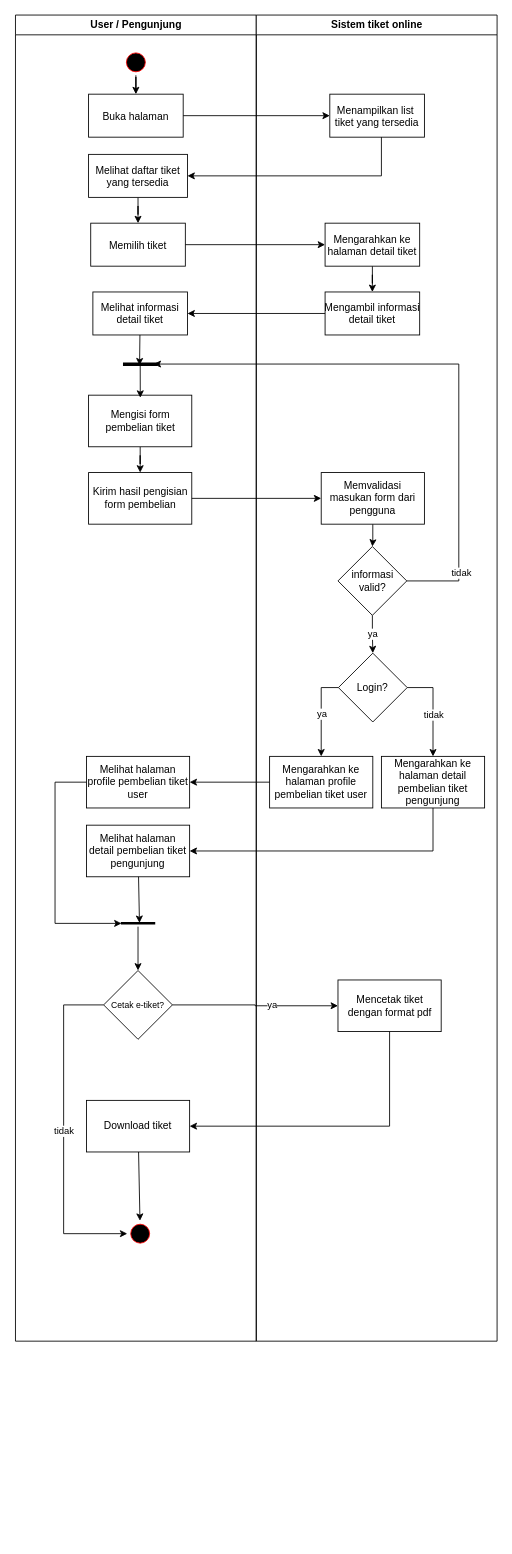
zhekabaila/praktikum-rpl keeps this draw.io diagram as Untitled Diagram.drawio. Above is the earlier version. Source tidied: cells renumbered, new cells numbered last; positions are measured from the earlier drawing's top-left corner, leaving out a move shared by most shapes. Both pictures are drawn from the tidied source at 86%, with x=0, y=0 at pixel (15, 15).
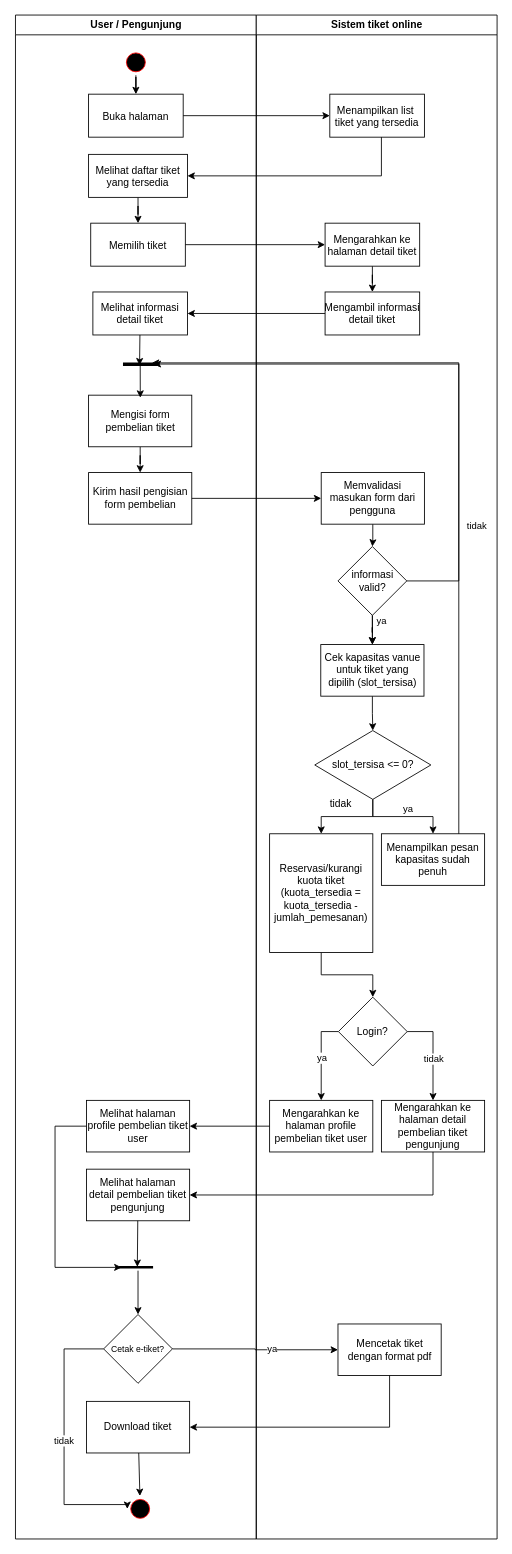
After the change.

The change refers to these unchanged cells:
```xml
<mxCell id="13" style="line;strokeWidth=4;fillColor=none;align=left;verticalAlign=middle;spacingTop=-1;spacingLeft=3;spacingRight=3;labelPosition=right;points=[];portConstraint=eastwest;strokeColor=inherit;" parent="2" vertex="1">
  <mxGeometry x="125" y="402" width="40" height="8" as="geometry" />
</mxCell>
<mxCell id="36" value="informasi valid?" style="rhombus;whiteSpace=wrap;html=1;" parent="27" vertex="1">
  <mxGeometry x="95" y="618" width="80" height="80" as="geometry" />
</mxCell>
<mxCell id="50" style="edgeStyle=orthogonalEdgeStyle;rounded=0;jettySize=auto;html=1;entryX=0.892;entryY=0.477;entryDx=0;entryDy=0;entryPerimeter=0;" parent="1" edge="1" source="36" target="13">
  <mxGeometry relative="1" as="geometry">
    <Array as="points">
      <mxPoint x="516" y="658" />
      <mxPoint x="516" y="406" />
    </Array>
  </mxGeometry>
</mxCell>
```

The edit, as a diff of the source:
```diff
@@
     <mxCell id="2" value="User / Pengunjung" style="swimlane;whiteSpace=wrap;" parent="1" vertex="1">
-      <mxGeometry x="0.5" width="280" height="1542" as="geometry" />
+      <mxGeometry x="0.5" width="280" height="1772" as="geometry" />
     </mxCell>
@@
-    <mxCell id="16" value="Melihat halaman profile pembelian tiket user" style="whiteSpace=wrap;html=1;" parent="2" vertex="1">
-      <mxGeometry x="82.5" y="862" width="120" height="60" as="geometry" />
-    </mxCell>
-    <mxCell id="17" value="Melihat halaman detail pembelian tiket pengunjung" style="whiteSpace=wrap;html=1;" parent="2" vertex="1">
-      <mxGeometry x="82.5" y="942" width="120" height="60" as="geometry" />
-    </mxCell>
-    <mxCell id="18" style="rounded=0;jettySize=auto;html=1;entryX=0.5;entryY=0;entryDx=0;entryDy=0;" parent="2" edge="1" source="19" target="23">
-      <mxGeometry relative="1" as="geometry" />
-    </mxCell>
-    <mxCell id="19" style="line;strokeWidth=3;fillColor=none;align=left;verticalAlign=middle;spacingTop=-1;spacingLeft=3;spacingRight=3;labelPosition=right;points=[];portConstraint=eastwest;strokeColor=inherit;" parent="2" vertex="1">
-      <mxGeometry x="122.5" y="1052" width="40" height="8" as="geometry" />
-    </mxCell>
-    <mxCell id="20" style="edgeStyle=orthogonalEdgeStyle;rounded=0;jettySize=auto;html=1;entryX=0.02;entryY=0.526;entryDx=0;entryDy=0;entryPerimeter=0;" parent="2" edge="1" source="16" target="19">
-      <mxGeometry relative="1" as="geometry">
-        <Array as="points">
-          <mxPoint x="46" y="892" />
-          <mxPoint x="46" y="1056" />
-        </Array>
-      </mxGeometry>
-    </mxCell>
-    <mxCell id="21" style="rounded=0;jettySize=auto;html=1;entryX=0.542;entryY=0.451;entryDx=0;entryDy=0;entryPerimeter=0;" parent="2" edge="1" source="17" target="19">
-      <mxGeometry relative="1" as="geometry" />
-    </mxCell>
-    <mxCell id="22" value="tidak" style="edgeStyle=orthogonalEdgeStyle;rounded=0;jettySize=auto;html=1;entryX=0;entryY=0.5;entryDx=0;entryDy=0;" parent="2" edge="1" source="23" target="26">
-      <mxGeometry relative="1" as="geometry">
-        <Array as="points">
-          <mxPoint x="56" y="1151" />
-          <mxPoint x="56" y="1417" />
-        </Array>
-      </mxGeometry>
-    </mxCell>
-    <mxCell id="23" value="Cetak e-tiket?" style="rhombus;whiteSpace=wrap;html=1;fontSize=10;" parent="2" vertex="1">
-      <mxGeometry x="102.5" y="1111" width="80" height="80" as="geometry" />
-    </mxCell>
-    <mxCell id="24" style="rounded=0;jettySize=auto;html=1;strokeColor=default;strokeWidth=1;" parent="2" edge="1" source="25" target="26">
-      <mxGeometry relative="1" as="geometry" />
-    </mxCell>
     <mxCell id="25" value="Download tiket" style="whiteSpace=wrap;html=1;" parent="2" vertex="1">
-      <mxGeometry x="82.5" y="1262" width="120" height="60" as="geometry" />
+      <mxGeometry x="82.5" y="1612" width="120" height="60" as="geometry" />
     </mxCell>
     <mxCell id="26" style="ellipse;shape=startState;fillColor=#000000;strokeColor=#ff0000;" parent="2" vertex="1">
-      <mxGeometry x="130" y="1402" width="30" height="30" as="geometry" />
+      <mxGeometry x="130" y="1722" width="30" height="30" as="geometry" />
     </mxCell>
+    <mxCell id="24" style="rounded=0;jettySize=auto;html=1;strokeColor=default;strokeWidth=1;" parent="2" edge="1" source="25" target="26">
+      <mxGeometry relative="1" as="geometry" />
+    </mxCell>
     <mxCell id="27" value="Sistem tiket online" style="swimlane;whiteSpace=wrap;" parent="1" vertex="1">
-      <mxGeometry x="280.5" width="280" height="1542" as="geometry" />
+      <mxGeometry x="280.5" width="280" height="1772" as="geometry" />
     </mxCell>
@@
-    <mxCell id="34" style="edgeStyle=orthogonalEdgeStyle;rounded=0;jettySize=auto;html=1;" parent="27" edge="1" source="36" target="39">
-      <mxGeometry relative="1" as="geometry" />
-    </mxCell>
-    <mxCell id="35" value="&lt;div&gt;ya&lt;/div&gt;" style="edgeLabel;html=1;align=center;verticalAlign=middle;" parent="34" vertex="1">
-      <mxGeometry x="-0.03" y="1" relative="1" as="geometry" />
-    </mxCell>
+    <mxCell id="57" value="&lt;div&gt;ya&lt;/div&gt;&lt;div&gt;&lt;br&gt;&lt;/div&gt;" style="edgeStyle=orthogonalEdgeStyle;rounded=0;jettySize=auto;html=1;" parent="27" edge="1" source="36" target="60">
+      <mxGeometry x="-0.39" y="11" relative="1" as="geometry">
+        <mxPoint x="-1" as="offset" />
+      </mxGeometry>
+    </mxCell>
+    <mxCell id="58" style="edgeStyle=orthogonalEdgeStyle;rounded=0;jettySize=auto;html=1;" parent="27" edge="1" source="36" target="60">
+      <mxGeometry relative="1" as="geometry" />
+    </mxCell>
@@
-    <mxCell id="39" value="Login?" style="rhombus;whiteSpace=wrap;html=1;" parent="27" vertex="1">
-      <mxGeometry x="95.5" y="742" width="80" height="80" as="geometry" />
-    </mxCell>
-    <mxCell id="40" value="Mengarahkan ke halaman profile pembelian tiket user" style="whiteSpace=wrap;html=1;" parent="27" vertex="1">
-      <mxGeometry x="15.5" y="862" width="120" height="60" as="geometry" />
-    </mxCell>
@@
+    <mxCell id="39" value="Login?" style="rhombus;whiteSpace=wrap;html=1;" parent="27" vertex="1">
+      <mxGeometry x="95.5" y="1142" width="80" height="80" as="geometry" />
+    </mxCell>
+    <mxCell id="16" value="Melihat halaman profile pembelian tiket user" style="whiteSpace=wrap;html=1;" parent="27" vertex="1">
+      <mxGeometry x="-197.5" y="1262" width="120" height="60" as="geometry" />
+    </mxCell>
+    <mxCell id="17" value="Melihat halaman detail pembelian tiket pengunjung" style="whiteSpace=wrap;html=1;" parent="27" vertex="1">
+      <mxGeometry x="-197.5" y="1342" width="120" height="60" as="geometry" />
+    </mxCell>
+    <mxCell id="40" value="Mengarahkan ke halaman profile pembelian tiket user" style="whiteSpace=wrap;html=1;" parent="27" vertex="1">
+      <mxGeometry x="15.5" y="1262" width="120" height="60" as="geometry" />
+    </mxCell>
     <mxCell id="43" value="Mengarahkan ke halaman detail pembelian tiket pengunjung" style="whiteSpace=wrap;html=1;" parent="27" vertex="1">
-      <mxGeometry x="145.5" y="862" width="120" height="60" as="geometry" />
+      <mxGeometry x="145.5" y="1262" width="120" height="60" as="geometry" />
     </mxCell>
     <mxCell id="44" value="Mencetak tiket dengan format pdf" style="whiteSpace=wrap;html=1;" parent="27" vertex="1">
-      <mxGeometry x="95" y="1122" width="120" height="60" as="geometry" />
+      <mxGeometry x="95" y="1522" width="120" height="60" as="geometry" />
     </mxCell>
+    <mxCell id="23" value="Cetak e-tiket?" style="rhombus;whiteSpace=wrap;html=1;fontSize=10;" parent="27" vertex="1">
+      <mxGeometry x="-177.5" y="1511" width="80" height="80" as="geometry" />
+    </mxCell>
+    <mxCell id="20" style="edgeStyle=orthogonalEdgeStyle;rounded=0;jettySize=auto;html=1;entryX=0.02;entryY=0.526;entryDx=0;entryDy=0;entryPerimeter=0;" parent="27" edge="1" source="16">
+      <mxGeometry relative="1" as="geometry">
+        <mxPoint x="-156.7" y="1456.2" as="targetPoint" />
+        <Array as="points">
+          <mxPoint x="-234" y="1292" />
+          <mxPoint x="-234" y="1456" />
+        </Array>
+      </mxGeometry>
+    </mxCell>
+    <mxCell id="52" style="edgeStyle=orthogonalEdgeStyle;rounded=0;jettySize=auto;html=1;" parent="27" edge="1" source="40" target="16">
+      <mxGeometry relative="1" as="geometry" />
+    </mxCell>
+    <mxCell id="53" style="edgeStyle=orthogonalEdgeStyle;rounded=0;jettySize=auto;html=1;entryX=1;entryY=0.5;entryDx=0;entryDy=0;" parent="27" edge="1" source="43" target="17">
+      <mxGeometry relative="1" as="geometry">
+        <Array as="points">
+          <mxPoint x="205.5" y="1372" />
+        </Array>
+      </mxGeometry>
+    </mxCell>
+    <mxCell id="18" style="rounded=0;jettySize=auto;html=1;entryX=0.5;entryY=0;entryDx=0;entryDy=0;" parent="27" edge="1" target="23">
+      <mxGeometry relative="1" as="geometry">
+        <mxPoint x="-137.5" y="1460" as="sourcePoint" />
+      </mxGeometry>
+    </mxCell>
+    <mxCell id="54" style="edgeStyle=orthogonalEdgeStyle;rounded=0;jettySize=auto;html=1;" parent="27" edge="1" source="23" target="44">
+      <mxGeometry relative="1" as="geometry" />
+    </mxCell>
+    <mxCell id="55" value="ya" style="edgeLabel;html=1;align=center;verticalAlign=middle;" parent="54" vertex="1">
+      <mxGeometry x="0.2" y="2" relative="1" as="geometry" />
+    </mxCell>
+    <mxCell id="19" style="line;strokeWidth=3;fillColor=none;align=left;verticalAlign=middle;spacingTop=-1;spacingLeft=3;spacingRight=3;labelPosition=right;points=[];portConstraint=eastwest;strokeColor=inherit;" parent="27" vertex="1">
+      <mxGeometry x="-160" y="1452" width="40" height="8" as="geometry" />
+    </mxCell>
+    <mxCell id="21" style="rounded=0;jettySize=auto;html=1;entryX=0.542;entryY=0.451;entryDx=0;entryDy=0;entryPerimeter=0;" parent="27" edge="1" source="17" target="19">
+      <mxGeometry relative="1" as="geometry" />
+    </mxCell>
+    <mxCell id="59" style="edgeStyle=orthogonalEdgeStyle;rounded=0;jettySize=auto;html=1;" parent="27" edge="1" source="60" target="64">
+      <mxGeometry relative="1" as="geometry" />
+    </mxCell>
+    <mxCell id="60" value="Cek kapasitas vanue untuk tiket yang dipilih (slot_tersisa)" style="whiteSpace=wrap;html=1;" parent="27" vertex="1">
+      <mxGeometry x="75" y="732" width="120" height="60" as="geometry" />
+    </mxCell>
+    <mxCell id="61" style="edgeStyle=orthogonalEdgeStyle;rounded=0;jettySize=auto;html=1;" parent="27" edge="1" source="64" target="65">
+      <mxGeometry relative="1" as="geometry" />
+    </mxCell>
+    <mxCell id="62" value="ya" style="edgeLabel;html=1;align=center;verticalAlign=middle;" parent="61" vertex="1">
+      <mxGeometry x="-0.18" relative="1" as="geometry">
+        <mxPoint x="15" y="-10" as="offset" />
+      </mxGeometry>
+    </mxCell>
+    <mxCell id="63" style="edgeStyle=orthogonalEdgeStyle;rounded=0;jettySize=auto;html=1;" parent="27" edge="1" source="64" target="67">
+      <mxGeometry relative="1" as="geometry" />
+    </mxCell>
+    <mxCell id="64" value="slot_tersisa &amp;lt;= 0?" style="rhombus;whiteSpace=wrap;html=1;" parent="27" vertex="1">
+      <mxGeometry x="68" y="832" width="135" height="80" as="geometry" />
+    </mxCell>
+    <mxCell id="65" value="Menampilkan pesan kapasitas sudah penuh" style="whiteSpace=wrap;html=1;" parent="27" vertex="1">
+      <mxGeometry x="145.5" y="952" width="120" height="60" as="geometry" />
+    </mxCell>
+    <mxCell id="66" style="edgeStyle=orthogonalEdgeStyle;rounded=0;jettySize=auto;html=1;entryX=0.5;entryY=0;entryDx=0;entryDy=0;" parent="27" edge="1" source="67" target="39">
+      <mxGeometry relative="1" as="geometry" />
+    </mxCell>
+    <mxCell id="67" value="Reservasi/kurangi kuota tiket (kuota_tersedia = kuota_tersedia - jumlah_pemesanan)" style="whiteSpace=wrap;html=1;" parent="27" vertex="1">
+      <mxGeometry x="15.5" y="952" width="120" height="138" as="geometry" />
+    </mxCell>
+    <mxCell id="68" value="tidak" style="text;html=1;whiteSpace=wrap;strokeColor=none;fillColor=none;align=center;verticalAlign=middle;rounded=0;" parent="27" vertex="1">
+      <mxGeometry x="68" y="902" width="60" height="30" as="geometry" />
+    </mxCell>
@@
     <mxCell id="51" value="tidak" style="edgeLabel;html=1;align=center;verticalAlign=middle;" parent="50" vertex="1">
-      <mxGeometry x="-0.79" y="-2" relative="1" as="geometry" />
+      <mxGeometry x="-0.79" y="-2" relative="1" as="geometry">
+        <mxPoint x="18" y="-55" as="offset" />
+      </mxGeometry>
     </mxCell>
-    <mxCell id="52" style="edgeStyle=orthogonalEdgeStyle;rounded=0;jettySize=auto;html=1;" parent="1" edge="1" source="40" target="16">
-      <mxGeometry relative="1" as="geometry" />
-    </mxCell>
-    <mxCell id="53" style="edgeStyle=orthogonalEdgeStyle;rounded=0;jettySize=auto;html=1;entryX=1;entryY=0.5;entryDx=0;entryDy=0;" parent="1" edge="1" source="43" target="17">
-      <mxGeometry relative="1" as="geometry">
-        <Array as="points">
-          <mxPoint x="486" y="972" />
-        </Array>
-      </mxGeometry>
-    </mxCell>
-    <mxCell id="54" style="edgeStyle=orthogonalEdgeStyle;rounded=0;jettySize=auto;html=1;" parent="1" edge="1" source="23" target="44">
-      <mxGeometry relative="1" as="geometry" />
-    </mxCell>
-    <mxCell id="55" value="ya" style="edgeLabel;html=1;align=center;verticalAlign=middle;" parent="54" vertex="1">
-      <mxGeometry x="0.2" y="2" relative="1" as="geometry" />
-    </mxCell>
+    <mxCell id="69" style="edgeStyle=orthogonalEdgeStyle;rounded=0;jettySize=auto;html=1;entryX=0.84;entryY=0.306;entryDx=0;entryDy=0;entryPerimeter=0;" parent="1" edge="1" source="65" target="13">
+      <mxGeometry relative="1" as="geometry">
+        <Array as="points">
+          <mxPoint x="516" y="404" />
+        </Array>
+      </mxGeometry>
+    </mxCell>
     <mxCell id="56" style="edgeStyle=orthogonalEdgeStyle;rounded=0;jettySize=auto;html=1;entryX=1;entryY=0.5;entryDx=0;entryDy=0;" parent="1" edge="1" source="44" target="25">
       <mxGeometry relative="1" as="geometry">
         <Array as="points">
-          <mxPoint x="435" y="1292" />
+          <mxPoint x="435" y="1642" />
         </Array>
       </mxGeometry>
     </mxCell>
+    <mxCell id="22" value="tidak" style="edgeStyle=orthogonalEdgeStyle;rounded=0;jettySize=auto;html=1;entryX=0;entryY=0.5;entryDx=0;entryDy=0;" parent="1" edge="1" source="23" target="26">
+      <mxGeometry relative="1" as="geometry">
+        <Array as="points">
+          <mxPoint x="57" y="1551" />
+          <mxPoint x="57" y="1732" />
+          <mxPoint x="131" y="1732" />
+        </Array>
+      </mxGeometry>
+    </mxCell>
```
